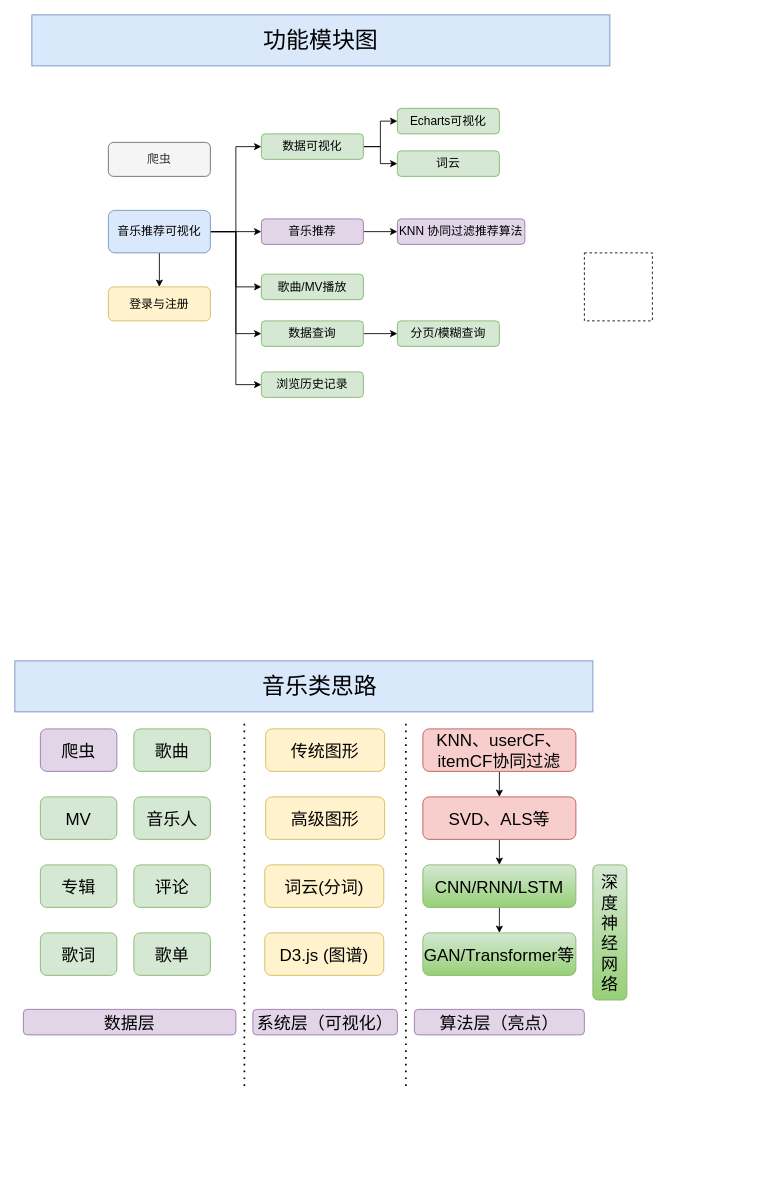
redcomet88/DRAW keeps this draw.io diagram as SPARK/01-Music.drawio. Above is the earlier version. Source tidied: cells renumbered, new cells numbered last; positions are measured from the earlier drawing's top-left corner, leaving out a move shared by most shapes. Both pictures are drawn from the tidied source at 85%, with x=0, y=0 at pixel (14, 14).
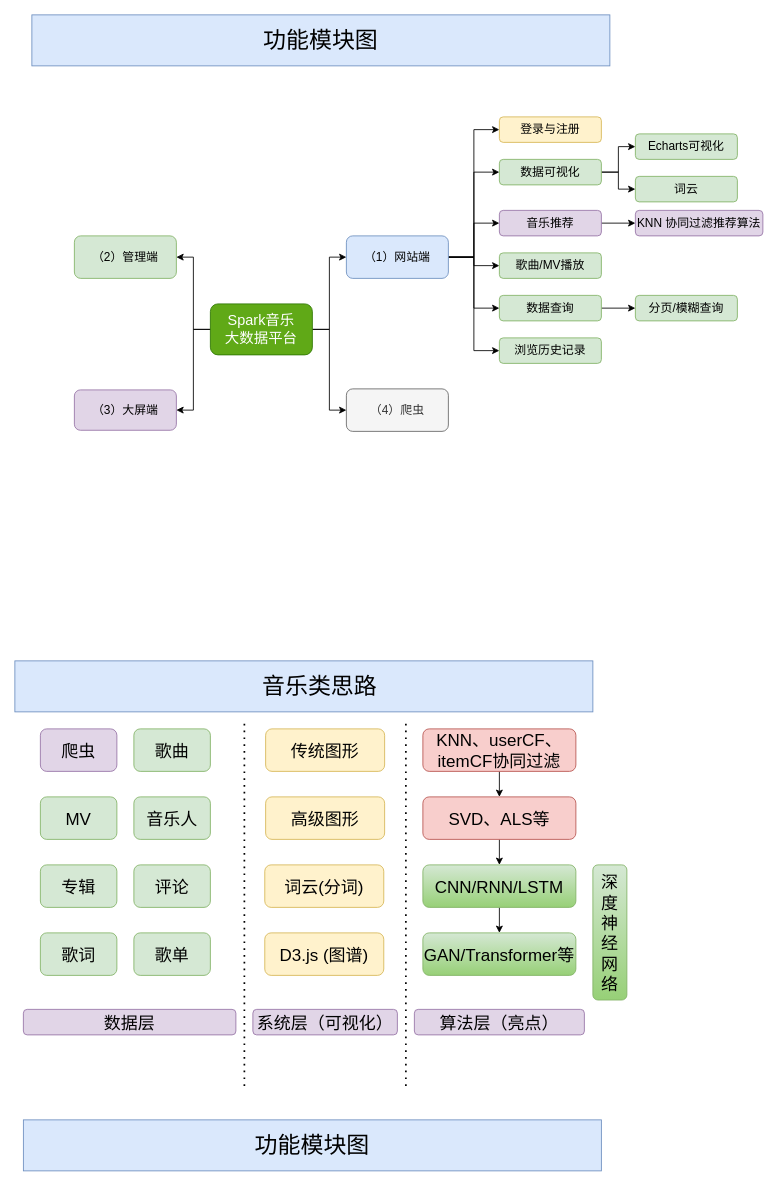
Above is the later version.

What changed in the source:
```diff
@@
-    <mxCell id="2" style="rounded=0;whiteSpace=wrap;html=1;dashed=1;" parent="1" vertex="1">
-      <mxGeometry x="670" y="280" width="80" height="80" as="geometry" />
-    </mxCell>
@@
-    <mxCell id="12" style="edgeStyle=orthogonalEdgeStyle;rounded=0;jettySize=auto;html=1;" parent="1" edge="1" source="18" target="27">
-      <mxGeometry relative="1" as="geometry" />
+    <mxCell id="12" style="edgeStyle=orthogonalEdgeStyle;rounded=0;jettySize=auto;html=1;" parent="1" edge="1" target="27">
+      <mxGeometry relative="1" as="geometry">
+        <mxPoint x="540" y="285" as="sourcePoint" />
+        <Array as="points">
+          <mxPoint x="540" y="135" />
+        </Array>
+      </mxGeometry>
     </mxCell>
@@
-    <mxCell id="18" value="音乐推荐可视化" style="rounded=1;whiteSpace=wrap;html=1;fontSize=14;fillColor=#dae8fc;strokeColor=#6c8ebf;" parent="1" vertex="1">
-      <mxGeometry x="110" y="230" width="120" height="50" as="geometry" />
+    <mxCell id="18" value="（1）网站端" style="rounded=1;whiteSpace=wrap;html=1;fontSize=14;fillColor=#dae8fc;strokeColor=#6c8ebf;" parent="1" vertex="1">
+      <mxGeometry x="390" y="260" width="120" height="50" as="geometry" />
     </mxCell>
@@
     <mxCell id="21" value="数据可视化" style="rounded=1;whiteSpace=wrap;html=1;fontSize=14;fillColor=#d5e8d4;strokeColor=#82b366;" parent="1" vertex="1">
-      <mxGeometry x="290" y="140" width="120" height="30" as="geometry" />
+      <mxGeometry x="570" y="170" width="120" height="30" as="geometry" />
     </mxCell>
@@
     <mxCell id="23" value="音乐推荐" style="rounded=1;whiteSpace=wrap;html=1;fontSize=14;fillColor=#e1d5e7;strokeColor=#9673a6;" parent="1" vertex="1">
-      <mxGeometry x="290" y="240" width="120" height="30" as="geometry" />
+      <mxGeometry x="570" y="230" width="120" height="30" as="geometry" />
     </mxCell>
@@
     <mxCell id="25" value="数据查询" style="rounded=1;whiteSpace=wrap;html=1;fontSize=14;fillColor=#d5e8d4;strokeColor=#82b366;" parent="1" vertex="1">
-      <mxGeometry x="290" y="360" width="120" height="30" as="geometry" />
+      <mxGeometry x="570" y="330" width="120" height="30" as="geometry" />
     </mxCell>
     <mxCell id="26" value="浏览历史记录" style="rounded=1;whiteSpace=wrap;html=1;fontSize=14;fillColor=#d5e8d4;strokeColor=#82b366;" parent="1" vertex="1">
-      <mxGeometry x="290" y="420" width="120" height="30" as="geometry" />
+      <mxGeometry x="570" y="380" width="120" height="30" as="geometry" />
     </mxCell>
     <mxCell id="27" value="登录与注册" style="rounded=1;whiteSpace=wrap;html=1;fontSize=14;fillColor=#fff2cc;strokeColor=#d6b656;" parent="1" vertex="1">
-      <mxGeometry x="110" y="320" width="120" height="40" as="geometry" />
+      <mxGeometry x="570" y="120" width="120" height="30" as="geometry" />
     </mxCell>
     <mxCell id="28" value="Echarts可视化" style="rounded=1;whiteSpace=wrap;html=1;fontSize=14;fillColor=#d5e8d4;strokeColor=#82b366;" parent="1" vertex="1">
-      <mxGeometry x="450" y="110" width="120" height="30" as="geometry" />
+      <mxGeometry x="730" y="140" width="120" height="30" as="geometry" />
     </mxCell>
     <mxCell id="29" value="词云" style="rounded=1;whiteSpace=wrap;html=1;fontSize=14;fillColor=#d5e8d4;strokeColor=#82b366;" parent="1" vertex="1">
-      <mxGeometry x="450" y="160" width="120" height="30" as="geometry" />
+      <mxGeometry x="730" y="190" width="120" height="30" as="geometry" />
     </mxCell>
     <mxCell id="30" value="分页/模糊查询" style="rounded=1;whiteSpace=wrap;html=1;fontSize=14;fillColor=#d5e8d4;strokeColor=#82b366;" parent="1" vertex="1">
-      <mxGeometry x="450" y="360" width="120" height="30" as="geometry" />
+      <mxGeometry x="730" y="330" width="120" height="30" as="geometry" />
     </mxCell>
     <mxCell id="31" value="KNN 协同过滤推荐算法" style="rounded=1;whiteSpace=wrap;html=1;fontSize=14;fillColor=#e1d5e7;strokeColor=#9673a6;" parent="1" vertex="1">
-      <mxGeometry x="450" y="240" width="150" height="30" as="geometry" />
+      <mxGeometry x="730" y="230" width="150" height="30" as="geometry" />
     </mxCell>
-    <mxCell id="32" value="爬虫" style="rounded=1;whiteSpace=wrap;html=1;fontSize=14;fillColor=#f5f5f5;strokeColor=#666666;fontColor=#333333;" parent="1" vertex="1">
-      <mxGeometry x="110" y="150" width="120" height="40" as="geometry" />
+    <mxCell id="32" value="（4）爬虫" style="rounded=1;whiteSpace=wrap;html=1;fontSize=14;fillColor=#f5f5f5;strokeColor=#666666;fontColor=#333333;" parent="1" vertex="1">
+      <mxGeometry x="390" y="440" width="120" height="50" as="geometry" />
     </mxCell>
@@
     <mxCell id="51" value="歌曲/MV播放" style="rounded=1;whiteSpace=wrap;html=1;fontSize=14;fillColor=#d5e8d4;strokeColor=#82b366;" parent="1" vertex="1">
-      <mxGeometry x="290" y="305" width="120" height="30" as="geometry" />
+      <mxGeometry x="570" y="280" width="120" height="30" as="geometry" />
     </mxCell>
+    <mxCell id="52" value="功能模块图" style="text;html=1;strokeColor=#6c8ebf;fillColor=#dae8fc;align=center;verticalAlign=middle;whiteSpace=wrap;rounded=0;fontSize=27;" parent="1" vertex="1">
+      <mxGeometry x="10" y="1300" width="680" height="60" as="geometry" />
+    </mxCell>
+    <mxCell id="53" style="edgeStyle=orthogonalEdgeStyle;rounded=0;orthogonalLoop=1;jettySize=auto;html=1;exitX=0.5;exitY=1;exitDx=0;exitDy=0;" parent="1" edge="1" source="30" target="30">
+      <mxGeometry relative="1" as="geometry" />
+    </mxCell>
+    <mxCell id="54" style="edgeStyle=orthogonalEdgeStyle;rounded=0;jettySize=auto;html=1;exitX=0;exitY=0.5;exitDx=0;exitDy=0;entryX=1;entryY=0.5;entryDx=0;entryDy=0;fontSize=17;" parent="1" edge="1" source="58" target="59">
+      <mxGeometry relative="1" as="geometry" />
+    </mxCell>
+    <mxCell id="55" style="edgeStyle=orthogonalEdgeStyle;rounded=0;jettySize=auto;html=1;exitX=1;exitY=0.5;exitDx=0;exitDy=0;entryX=0;entryY=0.5;entryDx=0;entryDy=0;fontSize=17;" parent="1" edge="1" source="58" target="18">
+      <mxGeometry relative="1" as="geometry" />
+    </mxCell>
+    <mxCell id="56" style="edgeStyle=orthogonalEdgeStyle;rounded=0;jettySize=auto;html=1;exitX=1;exitY=0.5;exitDx=0;exitDy=0;entryX=0;entryY=0.5;entryDx=0;entryDy=0;fontSize=17;" parent="1" edge="1" source="58" target="32">
+      <mxGeometry relative="1" as="geometry" />
+    </mxCell>
+    <mxCell id="57" style="edgeStyle=orthogonalEdgeStyle;rounded=0;jettySize=auto;html=1;exitX=0;exitY=0.5;exitDx=0;exitDy=0;entryX=1;entryY=0.5;entryDx=0;entryDy=0;fontSize=17;" parent="1" edge="1" source="58" target="60">
+      <mxGeometry relative="1" as="geometry" />
+    </mxCell>
+    <mxCell id="58" value="Spark音乐&lt;br&gt;大数据平台" style="rounded=1;whiteSpace=wrap;html=1;fontSize=17;fillColor=#60a917;strokeColor=#2D7600;fontColor=#ffffff;" parent="1" vertex="1">
+      <mxGeometry x="230" y="340" width="120" height="60" as="geometry" />
+    </mxCell>
+    <mxCell id="59" value="（2）管理端" style="rounded=1;whiteSpace=wrap;html=1;fontSize=14;fillColor=#d5e8d4;strokeColor=#82b366;" parent="1" vertex="1">
+      <mxGeometry x="70" y="260" width="120" height="50" as="geometry" />
+    </mxCell>
+    <mxCell id="60" value="（3）大屏端" style="rounded=1;whiteSpace=wrap;html=1;fontSize=14;fillColor=#e1d5e7;strokeColor=#9673a6;" parent="1" vertex="1">
+      <mxGeometry x="70" y="441.2" width="120" height="47.5" as="geometry" />
+    </mxCell>
```
